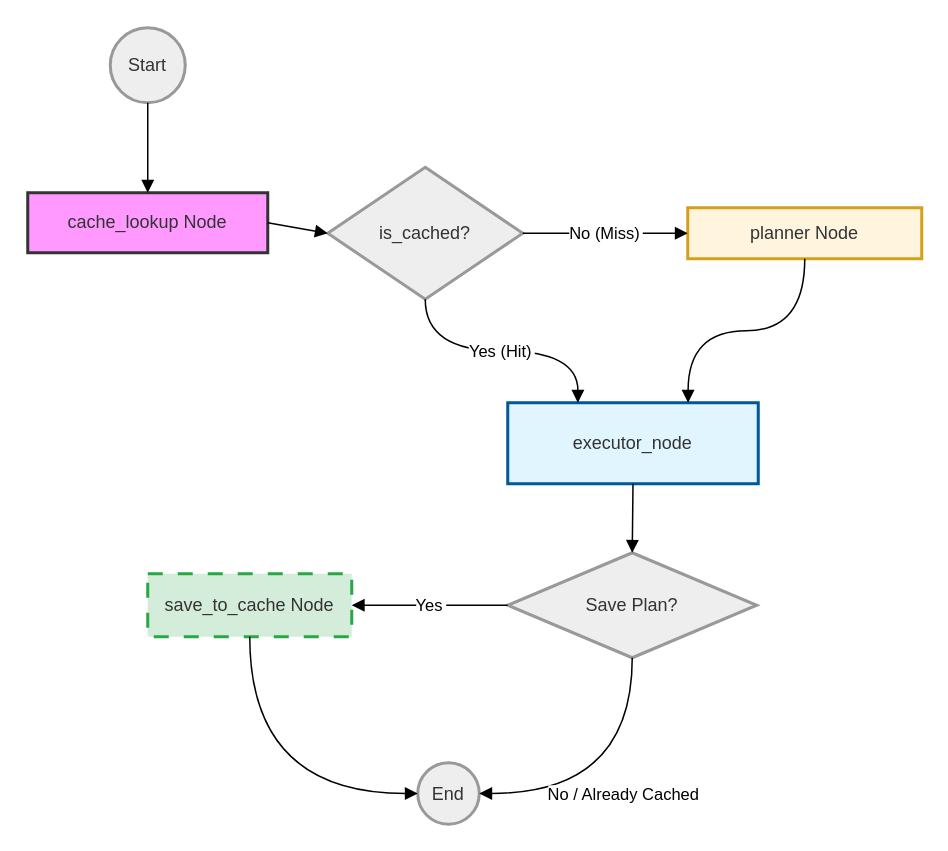
This is page "Planning Cache" (2 of 3) of Untitled Diagram.drawio from AtanuMandal/SimpleRAGLangchainChroma, a draw.io file, before an edit. Source tidied: cells renumbered, new cells numbered last; positions are measured from the earlier drawing's top-left corner, leaving out a move shared by most shapes. Both pictures are drawn from the tidied source at 150%, with x=0, y=0 at pixel (27, 27).
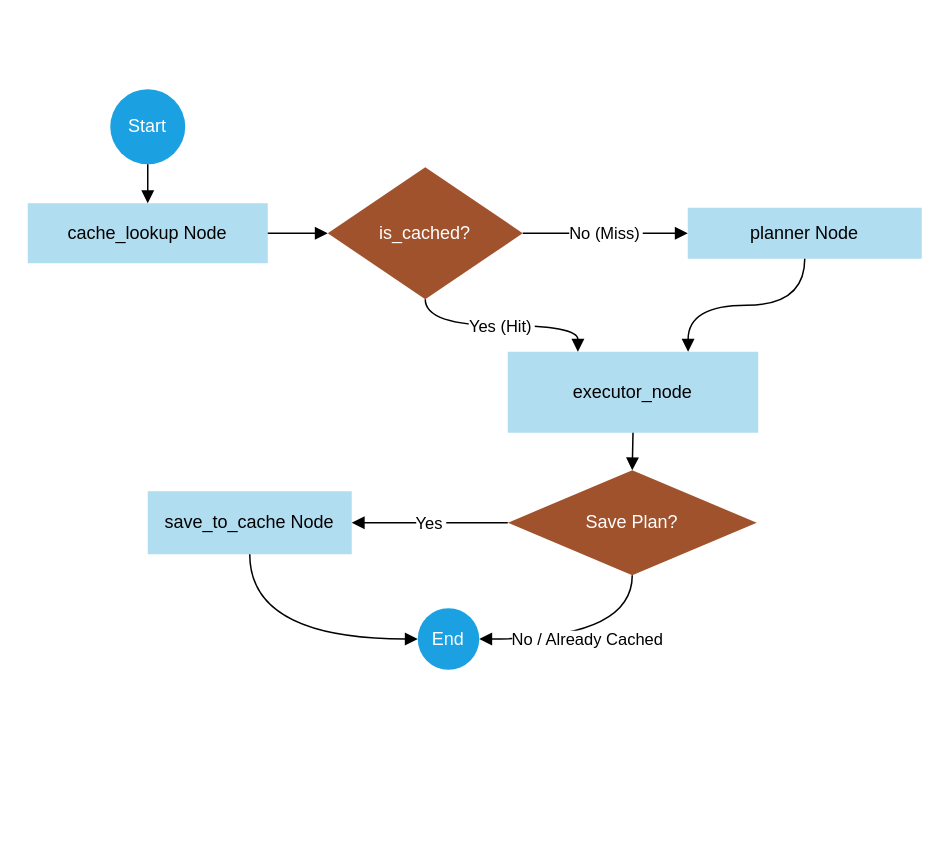
Above is the later version.

The edit, as a diff of the source:
```diff
@@
 <mxGraphModel>
   <root>
     <mxCell id="0" />
     <mxCell id="1" parent="0" />
-    <mxCell id="2" value="Start" style="ellipse;strokeWidth=2;whiteSpace=wrap;fillColor=light-dark(#eeeeee,#1f2020);strokeColor=light-dark(#999999,#cccccc);fontColor=light-dark(#333333,#cccccc);" parent="1" vertex="1">
-      <mxGeometry x="55" width="50" height="50" as="geometry" />
+    <mxCell id="2" value="Start" style="ellipse;strokeWidth=2;whiteSpace=wrap;fillColor=#1ba1e2;strokeColor=none;fontColor=#ffffff;" parent="1" vertex="1">
+      <mxGeometry x="55" y="41" width="50" height="50" as="geometry" />
     </mxCell>
-    <mxCell id="3" value="cache_lookup Node" style="whiteSpace=wrap;strokeWidth=2;fillColor=#f9f;strokeColor=#333;fontColor=light-dark(#333333,#cccccc);" parent="1" vertex="1">
-      <mxGeometry y="110" width="160" height="40" as="geometry" />
+    <mxCell id="3" value="cache_lookup Node" style="whiteSpace=wrap;strokeWidth=2;fillColor=#b1ddf0;strokeColor=none;" parent="1" vertex="1">
+      <mxGeometry y="117" width="160" height="40" as="geometry" />
     </mxCell>
-    <mxCell id="4" value="is_cached?" style="rhombus;strokeWidth=2;whiteSpace=wrap;fillColor=light-dark(#eeeeee,#1f2020);strokeColor=light-dark(#999999,#cccccc);fontColor=light-dark(#333333,#cccccc);" parent="1" vertex="1">
+    <mxCell id="4" value="is_cached?" style="rhombus;strokeWidth=2;whiteSpace=wrap;fillColor=#a0522d;strokeColor=none;fontColor=#ffffff;" parent="1" vertex="1">
       <mxGeometry x="200" y="93" width="130" height="88" as="geometry" />
     </mxCell>
-    <mxCell id="5" value="executor_node" style="whiteSpace=wrap;strokeWidth=2;fillColor=#e1f5fe;strokeColor=#01579b;fontColor=light-dark(#333333,#cccccc);" parent="1" vertex="1">
-      <mxGeometry x="320" y="250" width="167" height="54" as="geometry" />
+    <mxCell id="5" value="executor_node" style="whiteSpace=wrap;strokeWidth=2;fillColor=#b1ddf0;strokeColor=none;" parent="1" vertex="1">
+      <mxGeometry x="320" y="216" width="167" height="54" as="geometry" />
     </mxCell>
-    <mxCell id="6" value="planner Node" style="whiteSpace=wrap;strokeWidth=2;fillColor=#fff4dd;strokeColor=#d4a017;fontColor=light-dark(#333333,#cccccc);" parent="1" vertex="1">
+    <mxCell id="6" value="planner Node" style="whiteSpace=wrap;strokeWidth=2;fillColor=#b1ddf0;strokeColor=none;" parent="1" vertex="1">
       <mxGeometry x="440" y="120" width="156" height="34" as="geometry" />
     </mxCell>
-    <mxCell id="7" value="Save Plan?" style="rhombus;strokeWidth=2;whiteSpace=wrap;fillColor=light-dark(#eeeeee,#1f2020);strokeColor=light-dark(#999999,#cccccc);fontColor=light-dark(#333333,#cccccc);" parent="1" vertex="1">
-      <mxGeometry x="320" y="350" width="166" height="70" as="geometry" />
+    <mxCell id="7" value="Save Plan?" style="rhombus;strokeWidth=2;whiteSpace=wrap;fillColor=#a0522d;strokeColor=none;fontColor=#ffffff;" parent="1" vertex="1">
+      <mxGeometry x="320" y="295" width="166" height="70" as="geometry" />
     </mxCell>
-    <mxCell id="8" value="save_to_cache Node" style="whiteSpace=wrap;strokeWidth=2;fillColor=#d4edda;strokeColor=#28a745;fontColor=light-dark(#333333,#cccccc);dashed=1;dashPattern=5 5;" parent="1" vertex="1">
-      <mxGeometry x="80" y="364" width="136" height="42" as="geometry" />
+    <mxCell id="8" value="save_to_cache Node" style="whiteSpace=wrap;strokeWidth=2;fillColor=#b1ddf0;strokeColor=none;" parent="1" vertex="1">
+      <mxGeometry x="80" y="309" width="136" height="42" as="geometry" />
     </mxCell>
-    <mxCell id="9" value="End" style="ellipse;strokeWidth=2;whiteSpace=wrap;fillColor=light-dark(#eeeeee,#1f2020);strokeColor=light-dark(#999999,#cccccc);fontColor=light-dark(#333333,#cccccc);" parent="1" vertex="1">
-      <mxGeometry x="260" y="490" width="41" height="41" as="geometry" />
+    <mxCell id="9" value="End" style="ellipse;strokeWidth=2;whiteSpace=wrap;fillColor=#1ba1e2;strokeColor=none;fontColor=#ffffff;" parent="1" vertex="1">
+      <mxGeometry x="260" y="387" width="41" height="41" as="geometry" />
     </mxCell>
     <mxCell id="10" style="curved=1;startArrow=none;endArrow=block;exitX=0.49;exitY=1;entryX=0.5;entryY=0;rounded=0;" parent="1" edge="1" source="2" target="3">
       <mxGeometry relative="1" as="geometry" />
     </mxCell>
     <mxCell id="11" style="curved=1;startArrow=none;endArrow=block;exitX=1;exitY=0.5;entryX=0;entryY=0.5;rounded=0;exitDx=0;exitDy=0;entryDx=0;entryDy=0;" parent="1" edge="1" source="3" target="4">
       <mxGeometry relative="1" as="geometry" />
     </mxCell>
     <mxCell id="12" value="Yes (Hit)" style="curved=1;startArrow=none;endArrow=block;exitX=0.5;exitY=1;entryX=0.28;entryY=0;rounded=0;edgeStyle=orthogonalEdgeStyle;exitDx=0;exitDy=0;" parent="1" edge="1" source="4" target="5">
       <mxGeometry relative="1" as="geometry" />
     </mxCell>
     <mxCell id="13" value="No (Miss)" style="curved=1;startArrow=none;endArrow=block;entryX=0;entryY=0.5;rounded=0;exitX=1;exitY=0.5;exitDx=0;exitDy=0;endFill=1;entryDx=0;entryDy=0;" parent="1" edge="1" source="4" target="6">
       <mxGeometry relative="1" as="geometry" />
     </mxCell>
     <mxCell id="14" style="curved=1;startArrow=none;endArrow=block;exitX=0.5;exitY=1;entryX=0.72;entryY=0;rounded=0;edgeStyle=orthogonalEdgeStyle;" parent="1" edge="1" source="6" target="5">
       <mxGeometry relative="1" as="geometry" />
     </mxCell>
     <mxCell id="15" style="curved=1;startArrow=none;endArrow=block;exitX=0.5;exitY=1;entryX=0.5;entryY=0;rounded=0;" parent="1" edge="1" source="5" target="7">
       <mxGeometry relative="1" as="geometry" />
     </mxCell>
     <mxCell id="16" value="Yes" style="curved=1;startArrow=none;endArrow=block;exitX=0;exitY=0.5;entryX=1;entryY=0.5;rounded=0;edgeStyle=orthogonalEdgeStyle;exitDx=0;exitDy=0;entryDx=0;entryDy=0;" parent="1" edge="1" source="7" target="8">
       <mxGeometry relative="1" as="geometry" />
     </mxCell>
     <mxCell id="17" value="No / Already Cached" style="curved=1;startArrow=none;endArrow=block;exitX=0.5;exitY=1;entryX=1;entryY=0.5;rounded=0;exitDx=0;exitDy=0;entryDx=0;entryDy=0;edgeStyle=orthogonalEdgeStyle;" parent="1" edge="1" source="7" target="9">
       <mxGeometry relative="1" as="geometry" />
     </mxCell>
     <mxCell id="18" style="curved=1;startArrow=none;endArrow=block;exitX=0.5;exitY=0.99;entryX=0;entryY=0.5;rounded=0;entryDx=0;entryDy=0;edgeStyle=orthogonalEdgeStyle;" parent="1" edge="1" source="8" target="9">
       <mxGeometry relative="1" as="geometry" />
     </mxCell>
   </root>
 </mxGraphModel>
```
